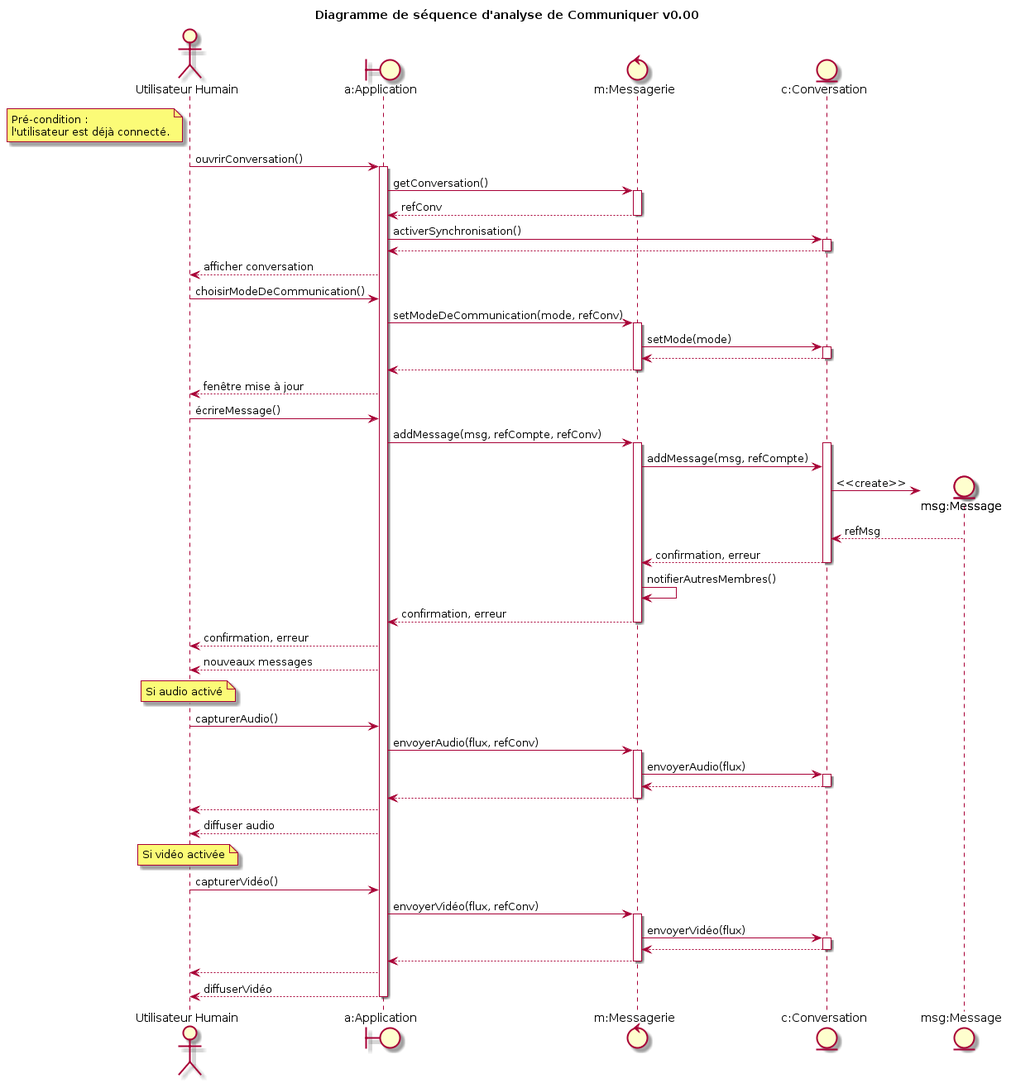
gdarchen/WhatsASI keeps this PlantUML diagram as DC/diagrammes/dsa-communiquer.png. Above is the earlier version.
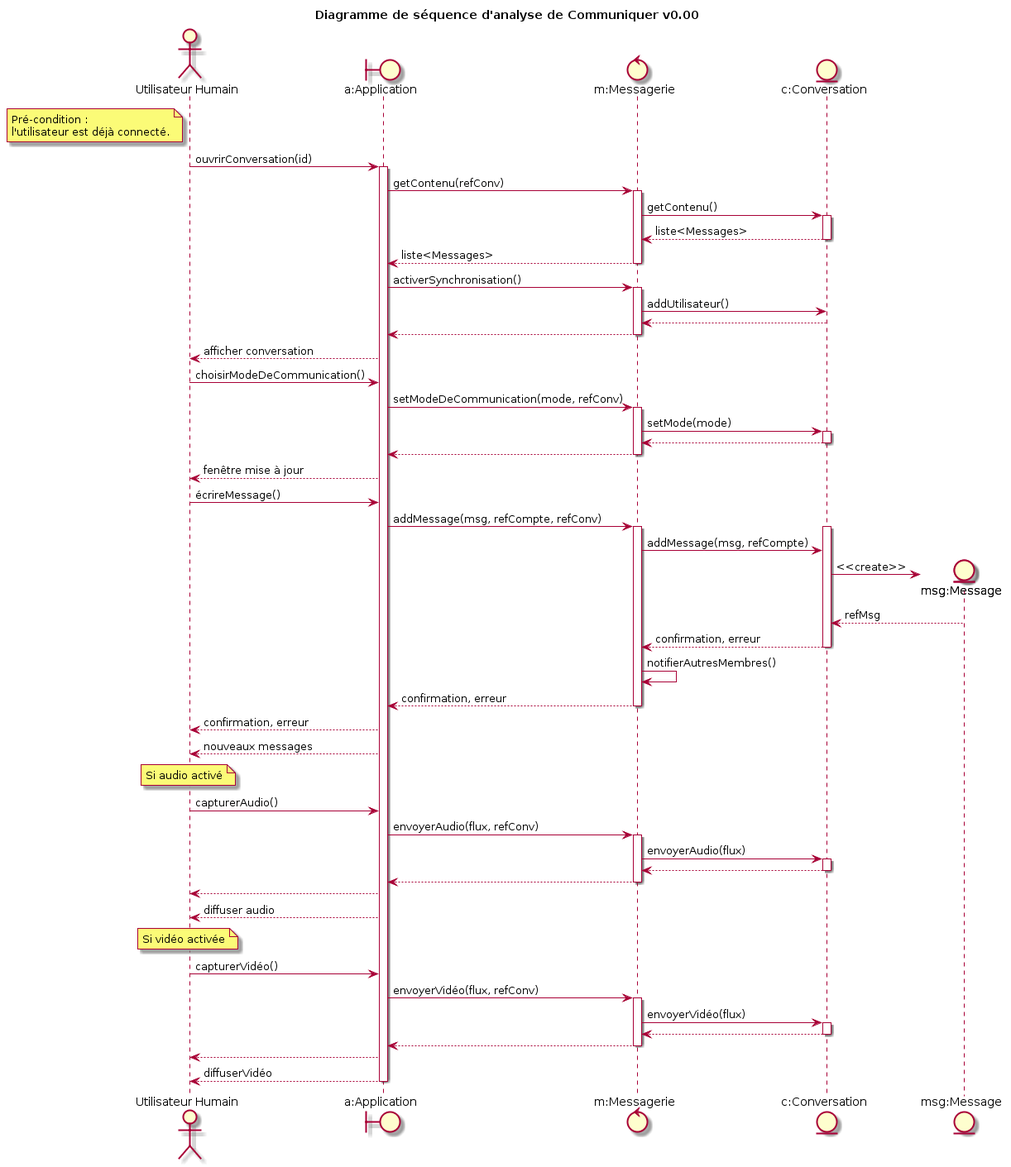
Above is the later version.

Diff of the diagram source:
```diff
@@ -12,16 +12,22 @@
 endnote
 
 
-H -> A : ouvrirConversation()
+H -> A : ouvrirConversation(id)
 activate A
-    A -> M : getConversation()
+    A -> M : getContenu(refConv)
     activate M
-    A <-- M : refConv
+    M -> C : getContenu()
+    activate C
+    M <-- C : liste<Messages>
+    deactivate C
+    A <-- M : liste<Messages>
     deactivate M
-    A -> C : activerSynchronisation()
-    activate C
-    A <-- C
-    deactivate C
+    A -> M : activerSynchronisation()
+     activate M
+    M -> C : addUtilisateur()
+    M <-- C
+    A <-- M
+    deactivate M
 H <-- A : afficher conversation
 H -> A : choisirModeDeCommunication()
     A -> M : setModeDeCommunication(mode, refConv)
```
